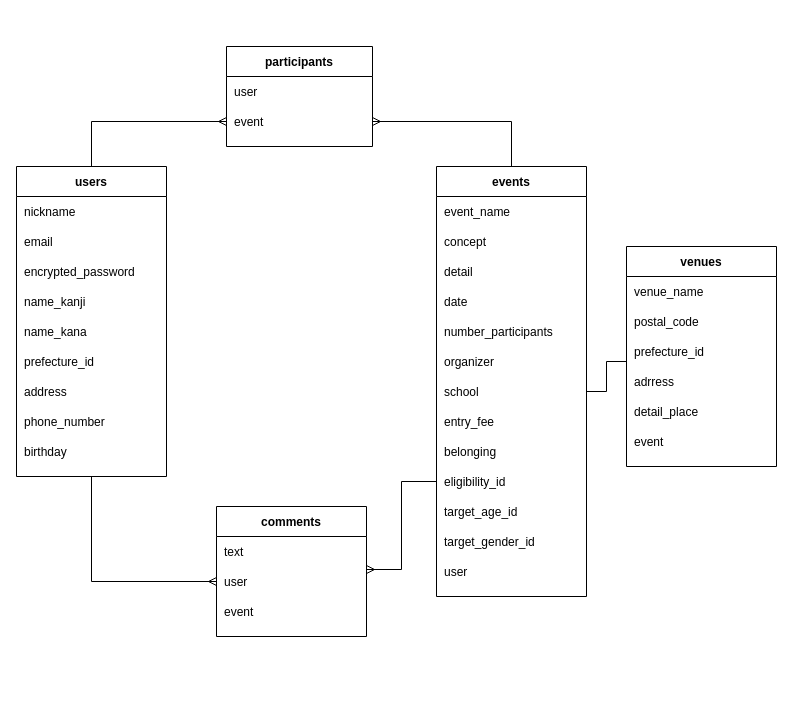
Above: ER.dio in joota34256/chakai-34256 (draw.io), before the change. Source tidied: cells renumbered, new cells numbered last; positions are measured from the earlier drawing's top-left corner, leaving out a move shared by most shapes. Both pictures are drawn from the tidied source at 100%, with x=0, y=0 at pixel (16, 46).
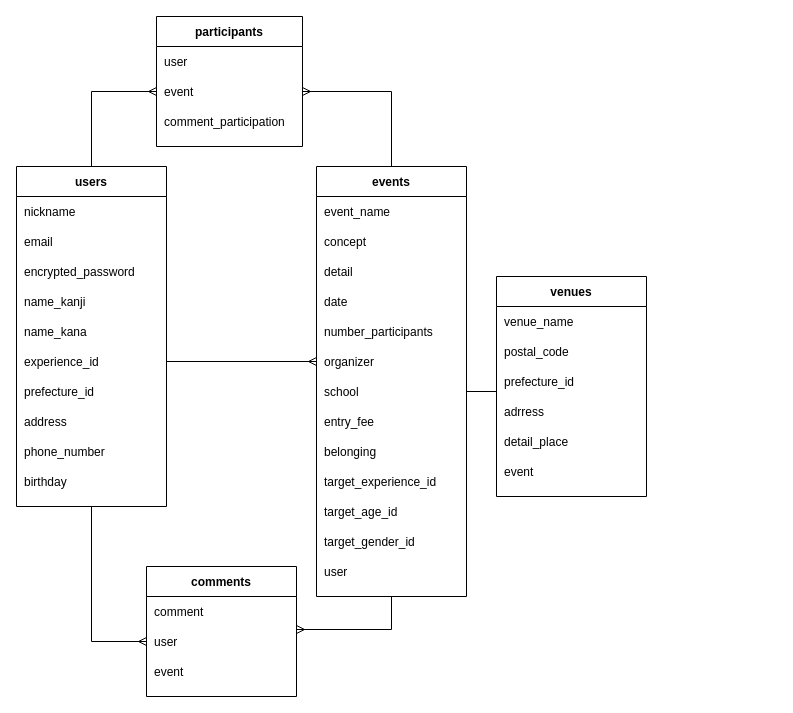
Above is the later version.

Unchanged cells that the change refers to:
```xml
<mxCell id="22" style="shape=partialRectangle;fillColor=none;top=0;left=0;bottom=0;right=0;" parent="21" vertex="1">
  <mxGeometry y="30" width="150" height="30" as="geometry" />
</mxCell>
<mxCell id="24" style="shape=partialRectangle;fillColor=none;top=0;left=0;bottom=0;right=0;points=[[0,0.5],[1,0.5]];portConstraint=eastwest;" parent="21" vertex="1">
  <mxGeometry y="60" width="150" height="30" as="geometry" />
</mxCell>
<mxCell id="39" style="shape=partialRectangle;fillColor=none;top=0;left=0;bottom=0;right=0;points=[[0,0.5],[1,0.5]];portConstraint=eastwest;" parent="28" vertex="1">
  <mxGeometry y="180" width="150" height="30" as="geometry" />
</mxCell>
<mxCell id="47" style="shape=partialRectangle;fillColor=none;top=0;left=0;bottom=0;right=0;points=[[0,0.5],[1,0.5]];portConstraint=eastwest;" parent="28" vertex="1">
  <mxGeometry y="300" width="150" height="30" as="geometry" />
</mxCell>
```

Change to the diagram source:
```diff
@@
     <mxCell id="2" value="users" style="shape=table;startSize=30;childLayout=tableLayout;rowLines=0;fontStyle=1;align=center;" parent="1" vertex="1">
-      <mxGeometry y="120" width="150" height="310" as="geometry" />
+      <mxGeometry y="120" width="150" height="340" as="geometry" />
     </mxCell>
@@
+    <mxCell id="80" style="shape=partialRectangle;fillColor=none;top=0;left=0;bottom=0;right=0;points=[[0,0.5],[1,0.5]];portConstraint=eastwest;" parent="2" vertex="1">
+      <mxGeometry y="180" width="150" height="30" as="geometry" />
+    </mxCell>
+    <mxCell id="81" value="experience_id" style="shape=partialRectangle;fillColor=none;top=0;left=0;bottom=0;right=0;align=left;spacingLeft=6;overflow=hidden;" parent="80" vertex="1">
+      <mxGeometry width="150" height="30" as="geometry" />
+    </mxCell>
     <mxCell id="13" style="shape=partialRectangle;fillColor=none;top=0;left=0;bottom=0;right=0;points=[[0,0.5],[1,0.5]];portConstraint=eastwest;" parent="2" vertex="1">
-      <mxGeometry y="180" width="150" height="30" as="geometry" />
+      <mxGeometry y="210" width="150" height="30" as="geometry" />
     </mxCell>
@@
     <mxCell id="15" style="shape=partialRectangle;fillColor=none;top=0;left=0;bottom=0;right=0;" parent="2" vertex="1">
-      <mxGeometry y="210" width="150" height="30" as="geometry" />
+      <mxGeometry y="240" width="150" height="30" as="geometry" />
     </mxCell>
@@
     <mxCell id="17" style="shape=partialRectangle;fillColor=none;top=0;left=0;bottom=0;right=0;" parent="2" vertex="1">
-      <mxGeometry y="240" width="150" height="30" as="geometry" />
+      <mxGeometry y="270" width="150" height="30" as="geometry" />
     </mxCell>
@@
     <mxCell id="19" style="shape=partialRectangle;fillColor=none;top=0;left=0;bottom=0;right=0;" parent="2" vertex="1">
-      <mxGeometry y="270" width="150" height="30" as="geometry" />
+      <mxGeometry y="300" width="150" height="30" as="geometry" />
     </mxCell>
@@
     <mxCell id="21" value="comments" style="shape=table;startSize=30;childLayout=tableLayout;rowLines=0;fontStyle=1;align=center;" parent="1" vertex="1">
-      <mxGeometry x="200" y="460" width="150" height="130" as="geometry" />
+      <mxGeometry x="130" y="520" width="150" height="130" as="geometry" />
     </mxCell>
@@
-    <mxCell id="23" value="text" style="shape=partialRectangle;fillColor=none;top=0;left=0;bottom=0;right=0;align=left;spacingLeft=6;overflow=hidden;" parent="22" vertex="1">
+    <mxCell id="23" value="comment" style="shape=partialRectangle;fillColor=none;top=0;left=0;bottom=0;right=0;align=left;spacingLeft=6;overflow=hidden;" parent="22" vertex="1">
       <mxGeometry width="150" height="30" as="geometry" />
     </mxCell>
@@
     <mxCell id="28" value="events" style="shape=table;startSize=30;childLayout=tableLayout;rowLines=0;fontStyle=1;align=center;" parent="1" vertex="1">
-      <mxGeometry x="420" y="120" width="150" height="430" as="geometry" />
+      <mxGeometry x="300" y="120" width="150" height="430" as="geometry" />
     </mxCell>
@@
-    <mxCell id="48" value="eligibility_id" style="shape=partialRectangle;fillColor=none;top=0;left=0;bottom=0;right=0;align=left;spacingLeft=6;overflow=hidden;" parent="47" vertex="1">
+    <mxCell id="48" value="target_experience_id" style="shape=partialRectangle;fillColor=none;top=0;left=0;bottom=0;right=0;align=left;spacingLeft=6;overflow=hidden;" parent="47" vertex="1">
       <mxGeometry width="150" height="30" as="geometry" />
     </mxCell>
@@
     <mxCell id="55" value="participants" style="shape=table;startSize=30;childLayout=tableLayout;rowLines=0;fontStyle=1;align=center;" parent="1" vertex="1">
-      <mxGeometry x="210" width="146" height="100" as="geometry" />
+      <mxGeometry x="140" y="-30" width="146" height="130" as="geometry" />
     </mxCell>
@@
+    <mxCell id="82" style="shape=partialRectangle;fillColor=none;top=0;left=0;bottom=0;right=0;" parent="55" vertex="1">
+      <mxGeometry y="90" width="146" height="30" as="geometry" />
+    </mxCell>
+    <mxCell id="83" value="comment_participation" style="shape=partialRectangle;fillColor=none;top=0;left=0;bottom=0;right=0;align=left;spacingLeft=6;overflow=hidden;" parent="82" vertex="1">
+      <mxGeometry width="146" height="30" as="geometry" />
+    </mxCell>
@@
-    <mxCell id="65" style="edgeStyle=orthogonalEdgeStyle;rounded=0;jettySize=auto;html=1;entryX=1;entryY=0.1;entryDx=0;entryDy=0;entryPerimeter=0;endArrow=ERmany;endFill=0;" parent="1" edge="1" source="47" target="24">
+    <mxCell id="65" style="edgeStyle=orthogonalEdgeStyle;rounded=0;jettySize=auto;html=1;entryX=1;entryY=0.1;entryDx=0;entryDy=0;entryPerimeter=0;endArrow=ERmany;endFill=0;exitX=0.5;exitY=1;exitDx=0;exitDy=0;" parent="1" edge="1" source="28" target="24">
       <mxGeometry relative="1" as="geometry" />
     </mxCell>
     <mxCell id="66" value="venues" style="shape=table;startSize=30;childLayout=tableLayout;rowLines=0;fontStyle=1;align=center;" parent="1" vertex="1">
-      <mxGeometry x="610" y="200" width="150" height="220" as="geometry" />
+      <mxGeometry x="480" y="230" width="150" height="220" as="geometry" />
     </mxCell>
@@
+    <mxCell id="84" style="edgeStyle=orthogonalEdgeStyle;rounded=0;jettySize=auto;html=1;endArrow=ERmany;endFill=0;" parent="1" edge="1" source="80" target="39">
+      <mxGeometry relative="1" as="geometry" />
+    </mxCell>
```
